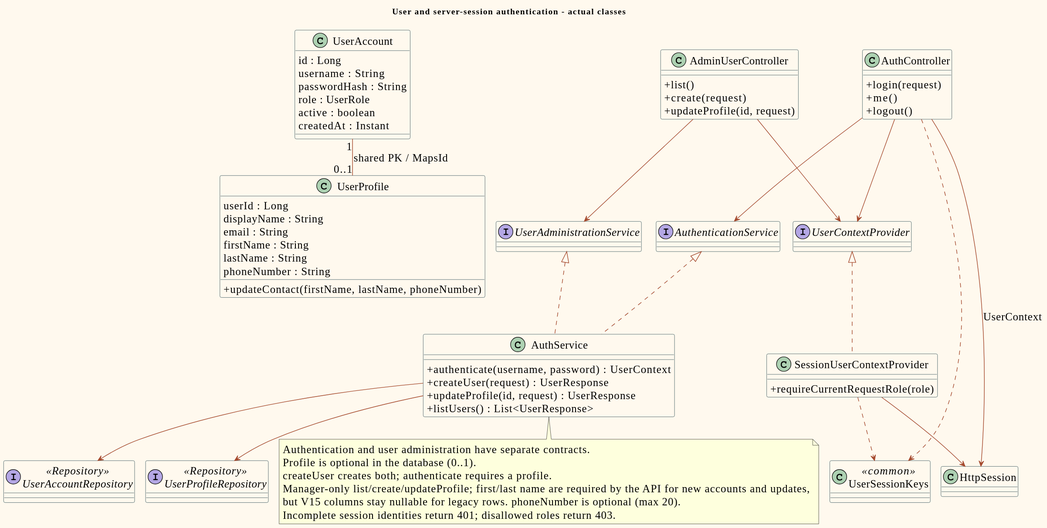
Earlier version of the PlantUML export doc/diagrams/previews/class-auth.svg (PavaritPramual/buffet-restaurant-management-system).
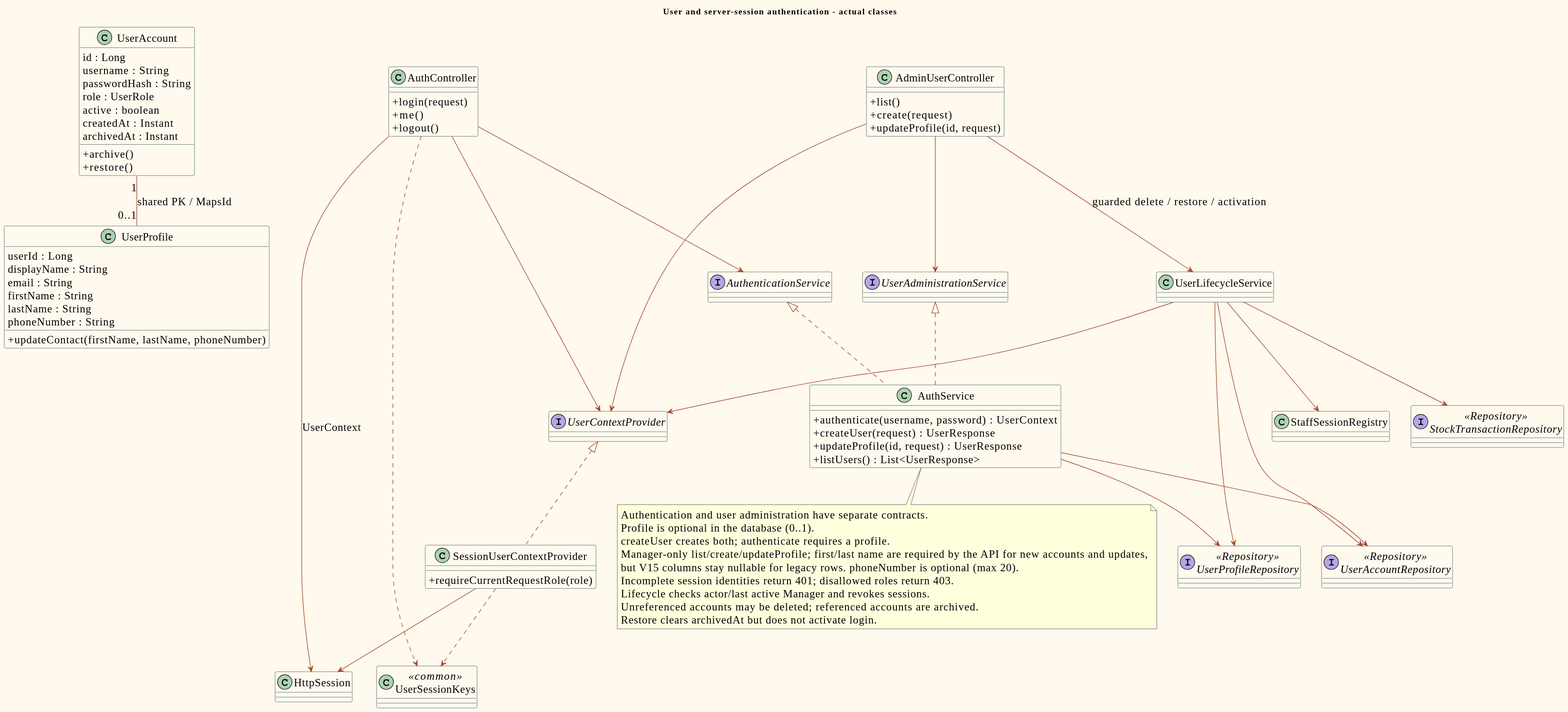
After the commit.

Diff of the diagram source:
```diff
@@ -1,5 +1,4 @@
 @startuml
-!pragma layout smetana
 skinparam shadowing false
 skinparam backgroundColor #FFF9EE
 skinparam defaultFontName Tahoma
@@ -19,6 +18,9 @@
 role : UserRole
 active : boolean
 createdAt : Instant
+archivedAt : Instant
++archive()
++restore()
 }
 class UserProfile {
 userId : Long
@@ -45,6 +47,15 @@
 class SessionUserContextProvider {
 +requireCurrentRequestRole(role)
 }
+class UserLifecycleService
+class StaffSessionRegistry
+interface StockTransactionRepository <<Repository>>
+UserLifecycleService --> UserAccountRepository
+UserLifecycleService --> UserProfileRepository
+UserLifecycleService --> UserContextProvider
+UserLifecycleService --> StaffSessionRegistry
+UserLifecycleService --> StockTransactionRepository
+AdminUserController --> UserLifecycleService : guarded delete / restore / activation
 class HttpSession
 UserAccount "1" -- "0..1" UserProfile : shared PK / MapsId
 interface AuthenticationService
@@ -76,5 +87,8 @@
 Manager-only list/create/updateProfile; first/last name are required by the API for new accounts and updates,
 but V15 columns stay nullable for legacy rows. phoneNumber is optional (max 20).
 Incomplete session identities return 401; disallowed roles return 403.
+Lifecycle checks actor/last active Manager and revokes sessions.
+Unreferenced accounts may be deleted; referenced accounts are archived.
+Restore clears archivedAt but does not activate login.
 end note
 @enduml
```
